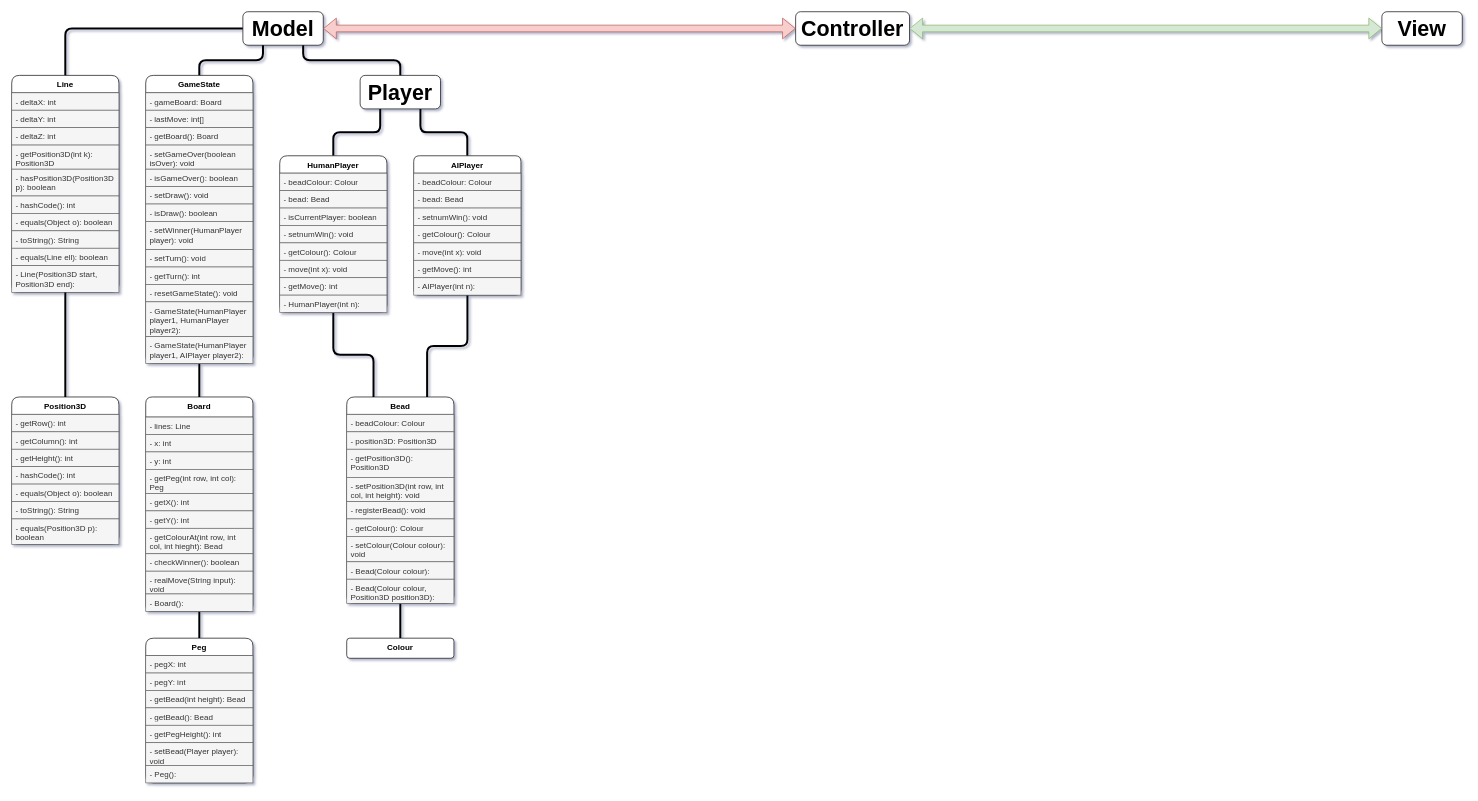
BopeChanUwU/CPSC101-project keeps this draw.io diagram as page "version 1" (1 of 2) of score4/uml.drawio. Above is the earlier version. Source tidied: cells renumbered, new cells numbered last; positions are measured from the earlier drawing's top-left corner, leaving out a move shared by most shapes. Both pictures are drawn from the tidied source at 67%, with x=0, y=0 at pixel (11, 11).
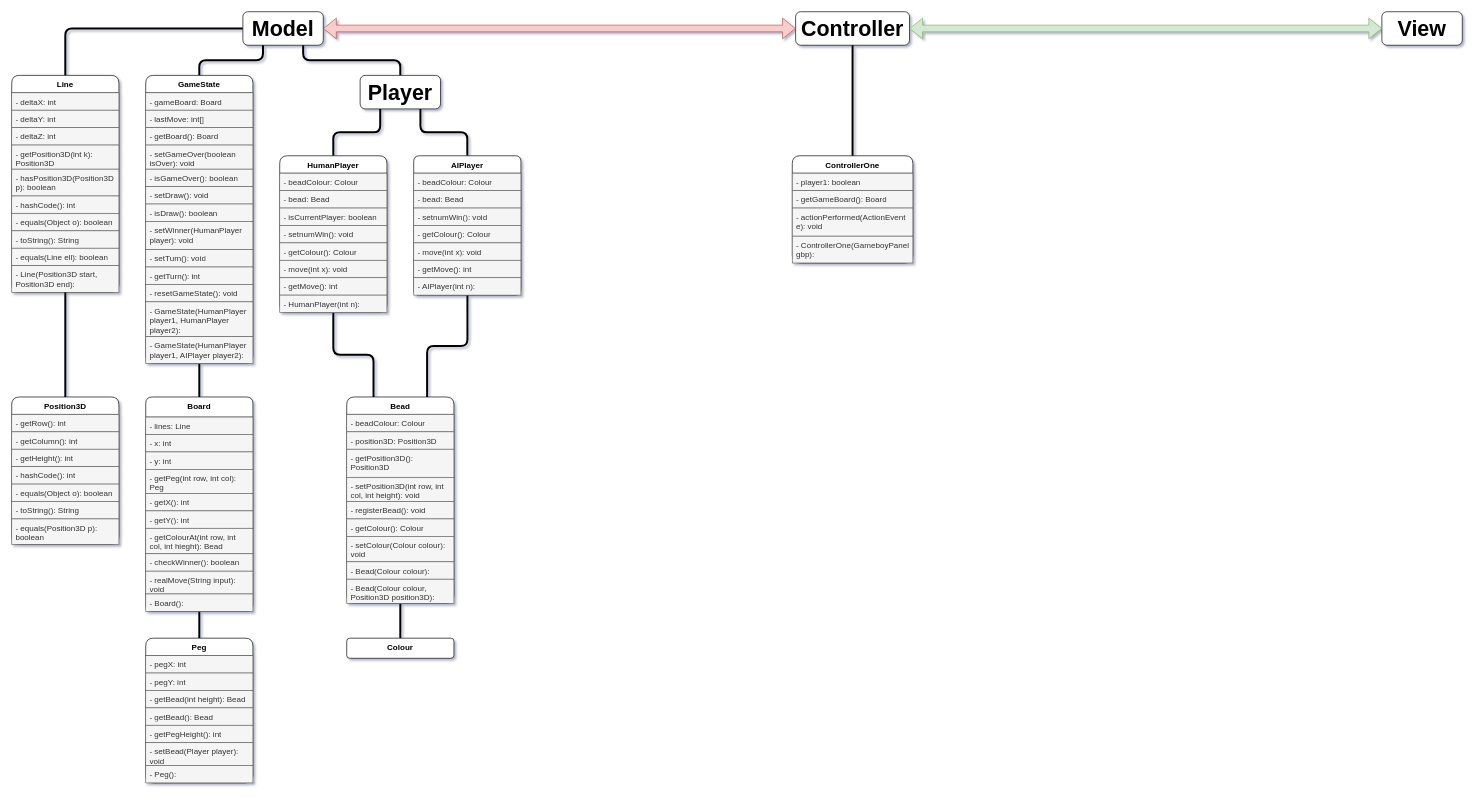
The same page after the edit.

Commit message (it also covers changes not shown here):
Refactor player classes to implement Cloneable and add clone methods; clean up unused code and comments.

The change refers to these unchanged cells:
```xml
<mxCell id="46" value="Colour" style="rounded=1;whiteSpace=wrap;html=1;strokeColor=default;align=center;verticalAlign=top;fontFamily=Helvetica;fontSize=12;fontColor=default;fontStyle=1;fillColor=default;" parent="1" vertex="1">
  <mxGeometry x="500" y="935" width="160" height="30" as="geometry" />
</mxCell>
<mxCell id="48" value="&lt;font style=&quot;font-size: 32px;&quot;&gt;Controller&lt;/font&gt;" style="rounded=1;whiteSpace=wrap;html=1;strokeColor=default;align=center;verticalAlign=top;fontFamily=Helvetica;fontSize=12;fontColor=default;fontStyle=1;fillColor=default;" parent="1" vertex="1">
  <mxGeometry x="1170" width="170" height="50" as="geometry" />
</mxCell>
<mxCell id="89" value="Bead" style="swimlane;fontStyle=1;align=center;verticalAlign=top;horizontal=1;startSize=26;whiteSpace=wrap;html=1;rounded=1;" parent="1" vertex="1">
  <mxGeometry x="500" y="575" width="160" height="308" as="geometry" />
</mxCell>
<mxCell id="98" value="- Bead(Colour colour, Position3D position3D): " style="text;strokeColor=#666666;fillColor=#f5f5f5;align=left;verticalAlign=top;spacingLeft=4;spacingRight=4;overflow=hidden;points=[[0,0.5],[1,0.5]];portConstraint=eastwest;whiteSpace=wrap;html=1;fontColor=#333333;" parent="89" vertex="1">
  <mxGeometry y="272" width="160" height="36" as="geometry" />
</mxCell>
```

Change to the diagram source:
```diff
@@
-    <mxCell id="45" style="edgeStyle=none;html=1;fontFamily=Helvetica;fontSize=12;fontColor=default;fontStyle=1;endArrow=none;endFill=0;strokeWidth=3;" parent="1" edge="1" source="46" target="98">
+    <mxCell id="45" style="edgeStyle=orthogonalEdgeStyle;html=1;fontFamily=Helvetica;fontSize=12;fontColor=default;fontStyle=1;endArrow=none;endFill=0;strokeWidth=3;entryX=0.5;entryY=1;entryDx=0;entryDy=0;" parent="1" edge="1" source="46" target="89">
       <mxGeometry relative="1" as="geometry" />
     </mxCell>
@@
+    <mxCell id="99" value="ControllerOne" style="swimlane;fontStyle=1;align=center;verticalAlign=top;horizontal=1;startSize=26;whiteSpace=wrap;html=1;rounded=1;" parent="1" vertex="1">
+      <mxGeometry x="1165" y="215" width="180" height="160" as="geometry" />
+    </mxCell>
+    <mxCell id="100" value="- player1: boolean" style="text;strokeColor=#666666;fillColor=#f5f5f5;align=left;verticalAlign=top;spacingLeft=4;spacingRight=4;overflow=hidden;whiteSpace=wrap;html=1;fontColor=#333333;" parent="99" vertex="1">
+      <mxGeometry y="26" width="180" height="26" as="geometry" />
+    </mxCell>
+    <mxCell id="101" value="- getGameBoard(): Board" style="text;strokeColor=#666666;fillColor=#f5f5f5;align=left;verticalAlign=top;spacingLeft=4;spacingRight=4;overflow=hidden;whiteSpace=wrap;html=1;fontColor=#333333;" parent="99" vertex="1">
+      <mxGeometry y="52" width="180" height="26" as="geometry" />
+    </mxCell>
+    <mxCell id="102" value="- actionPerformed(ActionEvent e): void" style="text;strokeColor=#666666;fillColor=#f5f5f5;align=left;verticalAlign=top;spacingLeft=4;spacingRight=4;overflow=hidden;whiteSpace=wrap;html=1;fontColor=#333333;" parent="99" vertex="1">
+      <mxGeometry y="78" width="180" height="42" as="geometry" />
+    </mxCell>
+    <mxCell id="103" value="- ControllerOne(GameboyPanel gbp): " style="text;strokeColor=#666666;fillColor=#f5f5f5;align=left;verticalAlign=top;spacingLeft=4;spacingRight=4;overflow=hidden;whiteSpace=wrap;html=1;fontColor=#333333;" parent="99" vertex="1">
+      <mxGeometry y="120" width="180" height="40" as="geometry" />
+    </mxCell>
+    <mxCell id="104" style="endArrow=none;html=1;exitX=0.5;exitY=0;exitDx=0;exitDy=0;entryX=0.5;entryY=1;entryDx=0;entryDy=0;strokeWidth=3;edgeStyle=orthogonalEdgeStyle;" parent="1" edge="1" source="99" target="48">
+      <mxGeometry relative="1" as="geometry" />
+    </mxCell>
```
